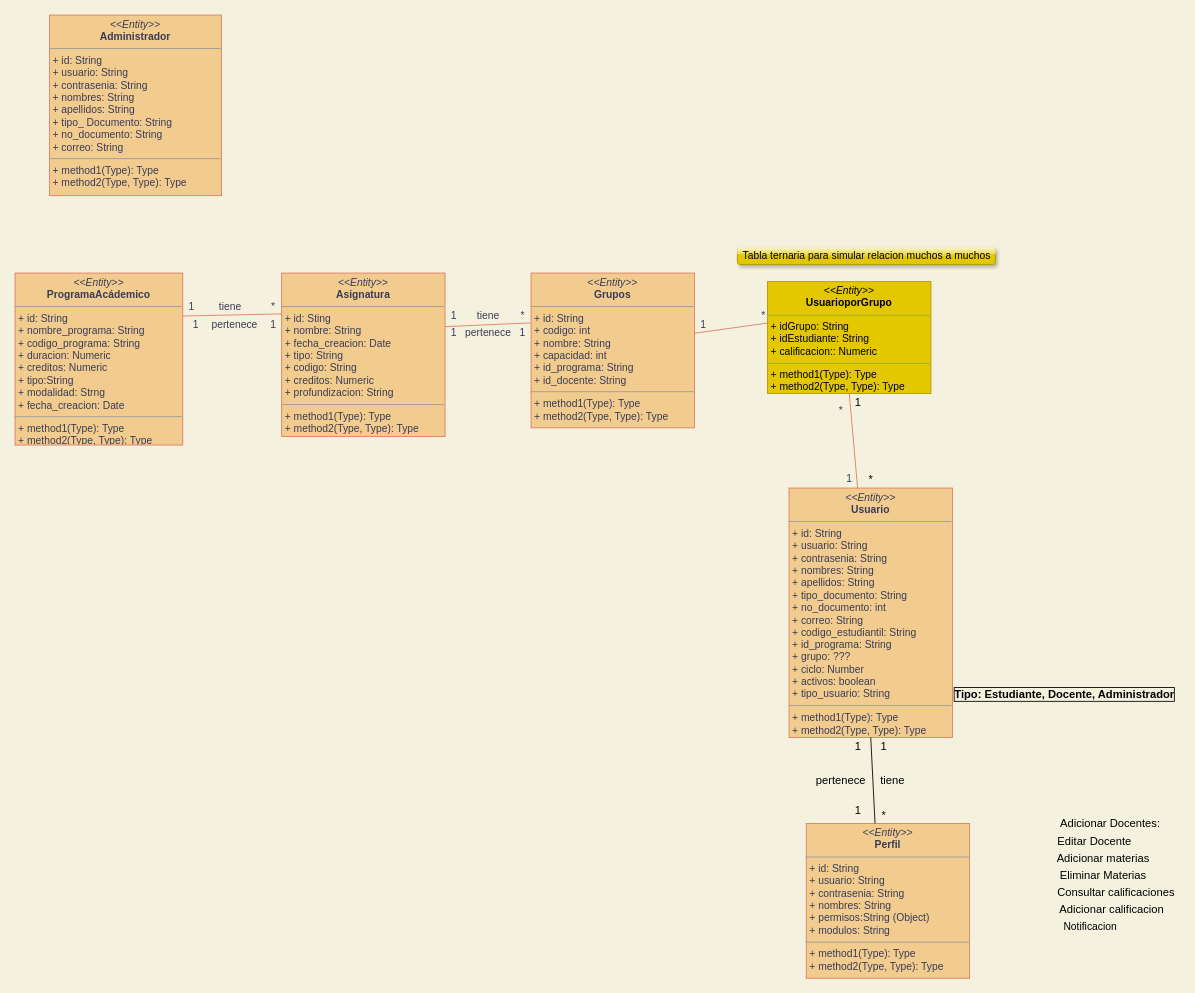
This is Diagramas/Clases mejorado.drawio from williamvargas7/EduFree-Eq2, a draw.io file, before an edit. Source tidied: cells renumbered, new cells numbered last; positions are measured from the earlier drawing's top-left corner, leaving out a move shared by most shapes. Both pictures are drawn from the tidied source at 86%, with x=0, y=0 at pixel (15, 15).
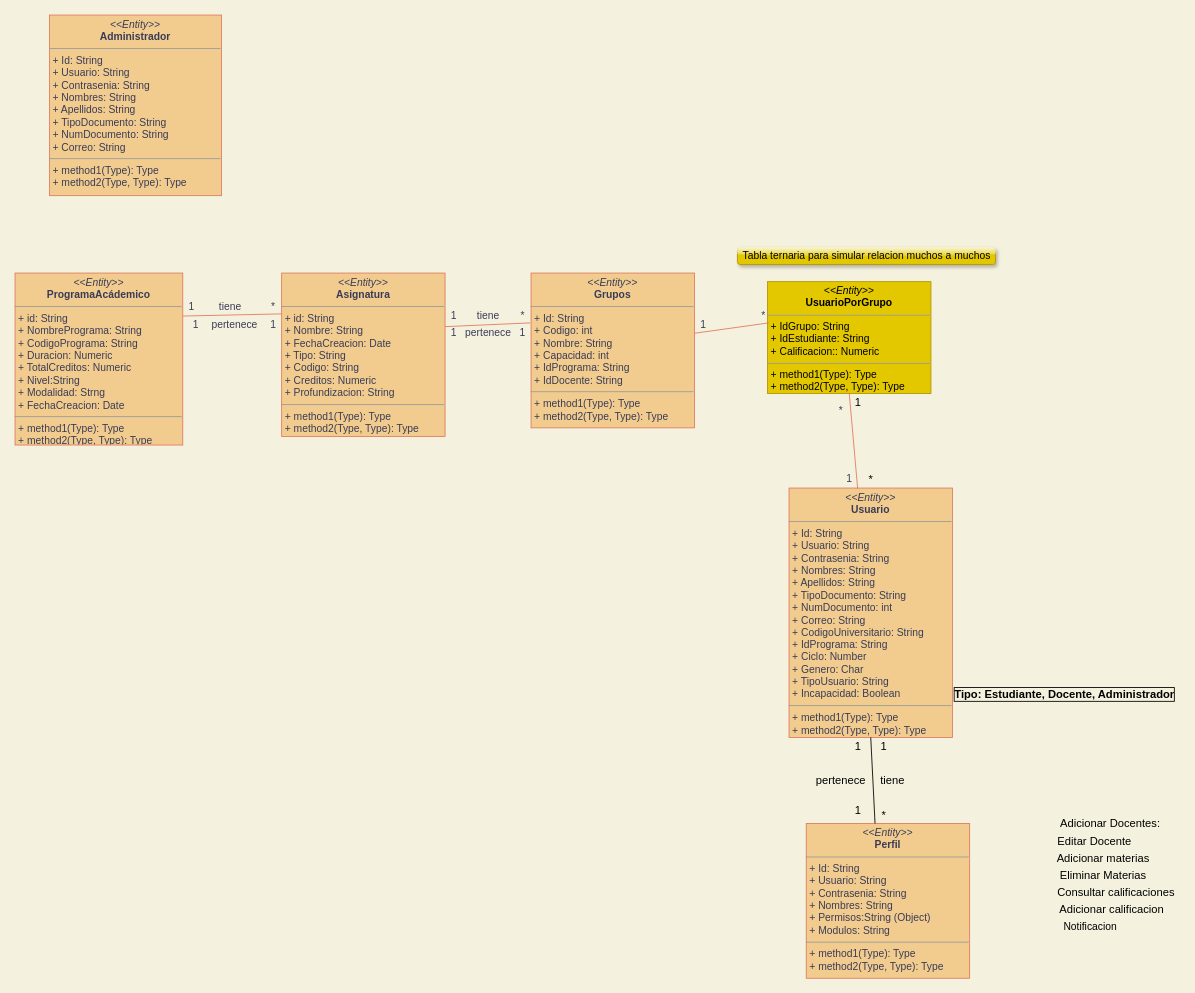
After the change.

Commit message:
Cambios hechos por Javier

What changed in the source:
```diff
@@
-    <mxCell id="2" value="&lt;p style=&quot;margin: 0px ; margin-top: 4px ; text-align: center&quot;&gt;&lt;i&gt;&amp;lt;&amp;lt;Entity&amp;gt;&amp;gt;&lt;/i&gt;&lt;br&gt;&lt;b&gt;Administrador&lt;/b&gt;&lt;/p&gt;&lt;hr size=&quot;1&quot;&gt;&lt;p style=&quot;margin: 0px ; margin-left: 4px&quot;&gt;+ id: String&lt;br&gt;+ usuario: String&lt;/p&gt;&lt;p style=&quot;margin: 0px ; margin-left: 4px&quot;&gt;+ contrasenia: String&lt;/p&gt;&lt;p style=&quot;margin: 0px ; margin-left: 4px&quot;&gt;+ nombres: String&lt;/p&gt;&lt;p style=&quot;margin: 0px ; margin-left: 4px&quot;&gt;+ apellidos: String&lt;/p&gt;&lt;p style=&quot;margin: 0px ; margin-left: 4px&quot;&gt;+ tipo_ Documento: String&lt;/p&gt;&lt;p style=&quot;margin: 0px ; margin-left: 4px&quot;&gt;+ no_documento: String&lt;/p&gt;&lt;p style=&quot;margin: 0px ; margin-left: 4px&quot;&gt;+ correo: String&lt;/p&gt;&lt;hr size=&quot;1&quot;&gt;&lt;p style=&quot;margin: 0px ; margin-left: 4px&quot;&gt;+ method1(Type): Type&lt;br&gt;+ method2(Type, Type): Type&lt;/p&gt;" style="verticalAlign=top;align=left;overflow=fill;fontSize=12;fontFamily=Helvetica;html=1;fillColor=#F2CC8F;strokeColor=#E07A5F;fontColor=#393C56;" parent="1" vertex="1">
+    <mxCell id="2" value="&lt;p style=&quot;margin: 0px ; margin-top: 4px ; text-align: center&quot;&gt;&lt;i&gt;&amp;lt;&amp;lt;Entity&amp;gt;&amp;gt;&lt;/i&gt;&lt;br&gt;&lt;b&gt;Administrador&lt;/b&gt;&lt;/p&gt;&lt;hr size=&quot;1&quot;&gt;&lt;p style=&quot;margin: 0px ; margin-left: 4px&quot;&gt;+ Id: String&lt;br&gt;+ Usuario: String&lt;/p&gt;&lt;p style=&quot;margin: 0px ; margin-left: 4px&quot;&gt;+ Contrasenia: String&lt;/p&gt;&lt;p style=&quot;margin: 0px ; margin-left: 4px&quot;&gt;+ Nombres: String&lt;/p&gt;&lt;p style=&quot;margin: 0px ; margin-left: 4px&quot;&gt;+ Apellidos: String&lt;/p&gt;&lt;p style=&quot;margin: 0px ; margin-left: 4px&quot;&gt;+ TipoDocumento: String&lt;/p&gt;&lt;p style=&quot;margin: 0px ; margin-left: 4px&quot;&gt;+ NumDocumento: String&lt;/p&gt;&lt;p style=&quot;margin: 0px ; margin-left: 4px&quot;&gt;+ Correo: String&lt;/p&gt;&lt;hr size=&quot;1&quot;&gt;&lt;p style=&quot;margin: 0px ; margin-left: 4px&quot;&gt;+ method1(Type): Type&lt;br&gt;+ method2(Type, Type): Type&lt;/p&gt;" style="verticalAlign=top;align=left;overflow=fill;fontSize=12;fontFamily=Helvetica;html=1;fillColor=#F2CC8F;strokeColor=#E07A5F;fontColor=#393C56;" parent="1" vertex="1">
       <mxGeometry x="40" width="200" height="210" as="geometry" />
     </mxCell>
-    <mxCell id="3" value="&lt;p style=&quot;margin: 0px ; margin-top: 4px ; text-align: center&quot;&gt;&lt;i&gt;&amp;lt;&amp;lt;Entity&amp;gt;&amp;gt;&lt;/i&gt;&lt;br&gt;&lt;b&gt;Perfil&lt;/b&gt;&lt;/p&gt;&lt;hr size=&quot;1&quot;&gt;&lt;p style=&quot;margin: 0px ; margin-left: 4px&quot;&gt;&lt;span style=&quot;text-align: center&quot;&gt;+ id: String&lt;/span&gt;&lt;br style=&quot;text-align: center&quot;&gt;&lt;span style=&quot;text-align: center&quot;&gt;+ usuario: String&lt;/span&gt;&lt;br style=&quot;text-align: center&quot;&gt;&lt;span style=&quot;text-align: center&quot;&gt;+ contrasenia: String&lt;/span&gt;&lt;br style=&quot;text-align: center&quot;&gt;&lt;span style=&quot;text-align: center&quot;&gt;+ nombres: String&lt;/span&gt;&lt;/p&gt;&lt;p style=&quot;margin: 0px ; margin-left: 4px&quot;&gt;&lt;span style=&quot;text-align: center&quot;&gt;+ permisos:String (Object)&lt;/span&gt;&lt;/p&gt;&lt;p style=&quot;margin: 0px ; margin-left: 4px&quot;&gt;&lt;span style=&quot;text-align: center&quot;&gt;+ modulos: String&lt;/span&gt;&lt;/p&gt;&lt;hr size=&quot;1&quot;&gt;&lt;p style=&quot;margin: 0px ; margin-left: 4px&quot;&gt;+ method1(Type): Type&lt;br&gt;+ method2(Type, Type): Type&lt;/p&gt;" style="verticalAlign=top;align=left;overflow=fill;fontSize=12;fontFamily=Helvetica;html=1;fillColor=#F2CC8F;strokeColor=#E07A5F;fontColor=#393C56;" parent="1" vertex="1">
+    <mxCell id="3" value="&lt;p style=&quot;margin: 0px ; margin-top: 4px ; text-align: center&quot;&gt;&lt;i&gt;&amp;lt;&amp;lt;Entity&amp;gt;&amp;gt;&lt;/i&gt;&lt;br&gt;&lt;b&gt;Perfil&lt;/b&gt;&lt;/p&gt;&lt;hr size=&quot;1&quot;&gt;&lt;p style=&quot;margin: 0px ; margin-left: 4px&quot;&gt;&lt;span style=&quot;text-align: center&quot;&gt;+ Id: String&lt;/span&gt;&lt;br style=&quot;text-align: center&quot;&gt;&lt;span style=&quot;text-align: center&quot;&gt;+ Usuario: String&lt;/span&gt;&lt;br style=&quot;text-align: center&quot;&gt;&lt;span style=&quot;text-align: center&quot;&gt;+ Contrasenia: String&lt;/span&gt;&lt;br style=&quot;text-align: center&quot;&gt;&lt;span style=&quot;text-align: center&quot;&gt;+ Nombres: String&lt;/span&gt;&lt;/p&gt;&lt;p style=&quot;margin: 0px ; margin-left: 4px&quot;&gt;&lt;span style=&quot;text-align: center&quot;&gt;+ Permisos:String (Object)&lt;/span&gt;&lt;/p&gt;&lt;p style=&quot;margin: 0px ; margin-left: 4px&quot;&gt;&lt;span style=&quot;text-align: center&quot;&gt;+ Modulos: String&lt;/span&gt;&lt;/p&gt;&lt;hr size=&quot;1&quot;&gt;&lt;p style=&quot;margin: 0px ; margin-left: 4px&quot;&gt;+ method1(Type): Type&lt;br&gt;+ method2(Type, Type): Type&lt;/p&gt;" style="verticalAlign=top;align=left;overflow=fill;fontSize=12;fontFamily=Helvetica;html=1;fillColor=#F2CC8F;strokeColor=#E07A5F;fontColor=#393C56;" parent="1" vertex="1">
       <mxGeometry x="920" y="940" width="190" height="180" as="geometry" />
     </mxCell>
-    <mxCell id="4" value="&lt;p style=&quot;margin: 0px ; margin-top: 4px ; text-align: center&quot;&gt;&lt;i&gt;&amp;lt;&amp;lt;Entity&amp;gt;&amp;gt;&lt;/i&gt;&lt;br&gt;&lt;b&gt;Usuario&lt;/b&gt;&lt;/p&gt;&lt;hr size=&quot;1&quot;&gt;&lt;p style=&quot;margin: 0px ; margin-left: 4px&quot;&gt;&lt;span style=&quot;text-align: center&quot;&gt;+ id: String&lt;/span&gt;&lt;br style=&quot;text-align: center&quot;&gt;&lt;span style=&quot;text-align: center&quot;&gt;+ usuario: String&lt;/span&gt;&lt;br style=&quot;text-align: center&quot;&gt;&lt;span style=&quot;text-align: center&quot;&gt;+ contrasenia: String&lt;/span&gt;&lt;br style=&quot;text-align: center&quot;&gt;&lt;span style=&quot;text-align: center&quot;&gt;+ nombres: String&lt;/span&gt;&lt;br style=&quot;text-align: center&quot;&gt;&lt;span style=&quot;text-align: center&quot;&gt;+ apellidos: String&lt;/span&gt;&lt;br style=&quot;text-align: center&quot;&gt;&lt;span style=&quot;text-align: center&quot;&gt;+ tipo_documento: String&lt;/span&gt;&lt;br style=&quot;text-align: center&quot;&gt;&lt;span style=&quot;text-align: center&quot;&gt;+ no_documento: int&lt;/span&gt;&lt;br style=&quot;text-align: center&quot;&gt;&lt;span style=&quot;text-align: center&quot;&gt;+ correo: String&lt;/span&gt;&lt;br style=&quot;text-align: center&quot;&gt;&lt;span style=&quot;text-align: center&quot;&gt;+ codigo_estudiantil: String&lt;/span&gt;&lt;br style=&quot;text-align: center&quot;&gt;&lt;span style=&quot;text-align: center&quot;&gt;+ id_programa: String&lt;/span&gt;&lt;br style=&quot;text-align: center&quot;&gt;&lt;span style=&quot;text-align: center&quot;&gt;+ grupo: ???&lt;/span&gt;&lt;br style=&quot;text-align: center&quot;&gt;&lt;span style=&quot;text-align: center&quot;&gt;+ ciclo: Number&lt;/span&gt;&lt;br style=&quot;text-align: center&quot;&gt;&lt;span style=&quot;text-align: center&quot;&gt;+ activos: boolean&lt;/span&gt;&lt;br&gt;&lt;/p&gt;&lt;p style=&quot;margin: 0px ; margin-left: 4px&quot;&gt;&lt;span style=&quot;text-align: center&quot;&gt;+ tipo_usuario: String&lt;/span&gt;&lt;/p&gt;&lt;hr size=&quot;1&quot;&gt;&lt;p style=&quot;margin: 0px ; margin-left: 4px&quot;&gt;+ method1(Type): Type&lt;br&gt;+ method2(Type, Type): Type&lt;/p&gt;" style="verticalAlign=top;align=left;overflow=fill;fontSize=12;fontFamily=Helvetica;html=1;fillColor=#F2CC8F;strokeColor=#E07A5F;fontColor=#393C56;" parent="1" vertex="1">
+    <mxCell id="4" value="&lt;p style=&quot;margin: 0px ; margin-top: 4px ; text-align: center&quot;&gt;&lt;i&gt;&amp;lt;&amp;lt;Entity&amp;gt;&amp;gt;&lt;/i&gt;&lt;br&gt;&lt;b&gt;Usuario&lt;/b&gt;&lt;/p&gt;&lt;hr size=&quot;1&quot;&gt;&lt;p style=&quot;margin: 0px ; margin-left: 4px&quot;&gt;&lt;span style=&quot;text-align: center&quot;&gt;+ Id: String&lt;/span&gt;&lt;br style=&quot;text-align: center&quot;&gt;&lt;span style=&quot;text-align: center&quot;&gt;+ Usuario: String&lt;/span&gt;&lt;br style=&quot;text-align: center&quot;&gt;&lt;span style=&quot;text-align: center&quot;&gt;+ Contrasenia: String&lt;/span&gt;&lt;br style=&quot;text-align: center&quot;&gt;&lt;span style=&quot;text-align: center&quot;&gt;+ Nombres: String&lt;/span&gt;&lt;br style=&quot;text-align: center&quot;&gt;&lt;span style=&quot;text-align: center&quot;&gt;+ Apellidos: String&lt;/span&gt;&lt;br style=&quot;text-align: center&quot;&gt;&lt;span style=&quot;text-align: center&quot;&gt;+ TipoDocumento: String&lt;/span&gt;&lt;br style=&quot;text-align: center&quot;&gt;&lt;span style=&quot;text-align: center&quot;&gt;+ NumDocumento: int&lt;/span&gt;&lt;br style=&quot;text-align: center&quot;&gt;&lt;span style=&quot;text-align: center&quot;&gt;+ Correo: String&lt;/span&gt;&lt;br style=&quot;text-align: center&quot;&gt;&lt;span style=&quot;text-align: center&quot;&gt;+ CodigoUniversitario: String&lt;/span&gt;&lt;br style=&quot;text-align: center&quot;&gt;&lt;span style=&quot;text-align: center&quot;&gt;+ IdPrograma: String&lt;/span&gt;&lt;br style=&quot;text-align: center&quot;&gt;&lt;span style=&quot;text-align: center&quot;&gt;+ Ciclo: Number&lt;/span&gt;&lt;br style=&quot;text-align: center&quot;&gt;&lt;span style=&quot;text-align: center&quot;&gt;+ Genero: Char&lt;/span&gt;&lt;br&gt;&lt;/p&gt;&lt;p style=&quot;margin: 0px ; margin-left: 4px&quot;&gt;&lt;span style=&quot;text-align: center&quot;&gt;+ TipoUsuario: String&lt;/span&gt;&lt;/p&gt;&lt;p style=&quot;margin: 0px ; margin-left: 4px&quot;&gt;&lt;span style=&quot;text-align: center&quot;&gt;+ Incapacidad: Boolean&lt;/span&gt;&lt;/p&gt;&lt;hr size=&quot;1&quot;&gt;&lt;p style=&quot;margin: 0px ; margin-left: 4px&quot;&gt;+ method1(Type): Type&lt;br&gt;+ method2(Type, Type): Type&lt;/p&gt;" style="verticalAlign=top;align=left;overflow=fill;fontSize=12;fontFamily=Helvetica;html=1;fillColor=#F2CC8F;strokeColor=#E07A5F;fontColor=#393C56;" parent="1" vertex="1">
       <mxGeometry x="900" y="550" width="190" height="290" as="geometry" />
     </mxCell>
-    <mxCell id="5" value="&lt;p style=&quot;margin: 0px ; margin-top: 4px ; text-align: center&quot;&gt;&lt;i&gt;&amp;lt;&amp;lt;Entity&amp;gt;&amp;gt;&lt;/i&gt;&lt;br&gt;&lt;b&gt;ProgramaAcádemico&lt;/b&gt;&lt;/p&gt;&lt;hr size=&quot;1&quot;&gt;&lt;p style=&quot;margin: 0px ; margin-left: 4px&quot;&gt;&lt;span style=&quot;text-align: center&quot;&gt;+ id: String&lt;/span&gt;&lt;br style=&quot;text-align: center&quot;&gt;&lt;span style=&quot;text-align: center&quot;&gt;+&amp;nbsp;&lt;/span&gt;&lt;span style=&quot;text-align: center&quot;&gt;nombre_programa: String&lt;/span&gt;&lt;br style=&quot;text-align: center&quot;&gt;&lt;span style=&quot;text-align: center&quot;&gt;+&amp;nbsp;&lt;/span&gt;&lt;span style=&quot;text-align: center&quot;&gt;codigo_programa: String&lt;/span&gt;&lt;br&gt;&lt;/p&gt;&lt;p style=&quot;margin: 0px ; margin-left: 4px&quot;&gt;&lt;span style=&quot;text-align: center&quot;&gt;+ duracion: Numeric&lt;/span&gt;&lt;/p&gt;&lt;p style=&quot;margin: 0px ; margin-left: 4px&quot;&gt;&lt;span style=&quot;text-align: center&quot;&gt;+ creditos: Numeric&lt;/span&gt;&lt;/p&gt;&lt;p style=&quot;margin: 0px ; margin-left: 4px&quot;&gt;&lt;span style=&quot;text-align: center&quot;&gt;+ tipo:String&lt;/span&gt;&lt;/p&gt;&lt;p style=&quot;margin: 0px ; margin-left: 4px&quot;&gt;&lt;span style=&quot;text-align: center&quot;&gt;+ modalidad: Strng&lt;/span&gt;&lt;/p&gt;&lt;p style=&quot;margin: 0px ; margin-left: 4px&quot;&gt;&lt;span style=&quot;text-align: center&quot;&gt;+ fecha_creacion: Date&lt;/span&gt;&lt;/p&gt;&lt;hr size=&quot;1&quot;&gt;&lt;p style=&quot;margin: 0px ; margin-left: 4px&quot;&gt;+ method1(Type): Type&lt;br&gt;+ method2(Type, Type): Type&lt;/p&gt;" style="verticalAlign=top;align=left;overflow=fill;fontSize=12;fontFamily=Helvetica;html=1;fillColor=#F2CC8F;strokeColor=#E07A5F;fontColor=#393C56;" parent="1" vertex="1">
+    <mxCell id="5" value="&lt;p style=&quot;margin: 0px ; margin-top: 4px ; text-align: center&quot;&gt;&lt;i&gt;&amp;lt;&amp;lt;Entity&amp;gt;&amp;gt;&lt;/i&gt;&lt;br&gt;&lt;b&gt;ProgramaAcádemico&lt;/b&gt;&lt;/p&gt;&lt;hr size=&quot;1&quot;&gt;&lt;p style=&quot;margin: 0px ; margin-left: 4px&quot;&gt;&lt;span style=&quot;text-align: center&quot;&gt;+ id: String&lt;/span&gt;&lt;br style=&quot;text-align: center&quot;&gt;&lt;span style=&quot;text-align: center&quot;&gt;+ N&lt;/span&gt;&lt;span style=&quot;text-align: center&quot;&gt;ombrePrograma: String&lt;/span&gt;&lt;br style=&quot;text-align: center&quot;&gt;&lt;span style=&quot;text-align: center&quot;&gt;+ C&lt;/span&gt;&lt;span style=&quot;text-align: center&quot;&gt;odigoPrograma: String&lt;/span&gt;&lt;br&gt;&lt;/p&gt;&lt;p style=&quot;margin: 0px ; margin-left: 4px&quot;&gt;&lt;span style=&quot;text-align: center&quot;&gt;+ Duracion: Numeric&lt;/span&gt;&lt;/p&gt;&lt;p style=&quot;margin: 0px ; margin-left: 4px&quot;&gt;&lt;span style=&quot;text-align: center&quot;&gt;+ TotalCreditos: Numeric&lt;/span&gt;&lt;/p&gt;&lt;p style=&quot;margin: 0px ; margin-left: 4px&quot;&gt;&lt;span style=&quot;text-align: center&quot;&gt;+ Nivel:String&lt;/span&gt;&lt;/p&gt;&lt;p style=&quot;margin: 0px ; margin-left: 4px&quot;&gt;&lt;span style=&quot;text-align: center&quot;&gt;+ Modalidad: Strng&lt;/span&gt;&lt;/p&gt;&lt;p style=&quot;margin: 0px ; margin-left: 4px&quot;&gt;&lt;span style=&quot;text-align: center&quot;&gt;+ FechaCreacion: Date&lt;/span&gt;&lt;/p&gt;&lt;hr size=&quot;1&quot;&gt;&lt;p style=&quot;margin: 0px ; margin-left: 4px&quot;&gt;+ method1(Type): Type&lt;br&gt;+ method2(Type, Type): Type&lt;/p&gt;" style="verticalAlign=top;align=left;overflow=fill;fontSize=12;fontFamily=Helvetica;html=1;fillColor=#F2CC8F;strokeColor=#E07A5F;fontColor=#393C56;" parent="1" vertex="1">
       <mxGeometry y="300" width="195" height="200" as="geometry" />
     </mxCell>
-    <mxCell id="6" value="&lt;p style=&quot;margin: 0px ; margin-top: 4px ; text-align: center&quot;&gt;&lt;i&gt;&amp;lt;&amp;lt;&lt;/i&gt;&lt;i&gt;Entity&lt;/i&gt;&lt;i&gt;&amp;gt;&amp;gt;&lt;/i&gt;&lt;br&gt;&lt;b&gt;Grupos&lt;/b&gt;&lt;/p&gt;&lt;hr size=&quot;1&quot;&gt;&lt;p style=&quot;margin: 0px ; margin-left: 4px&quot;&gt;&lt;span style=&quot;text-align: center&quot;&gt;+ id: String&lt;/span&gt;&lt;br style=&quot;text-align: center&quot;&gt;&lt;span style=&quot;text-align: center&quot;&gt;+ codigo: int&lt;/span&gt;&lt;br style=&quot;text-align: center&quot;&gt;&lt;span style=&quot;text-align: center&quot;&gt;+ nombre: String&lt;/span&gt;&lt;br style=&quot;text-align: center&quot;&gt;&lt;span style=&quot;text-align: center&quot;&gt;+ capacidad: int&lt;/span&gt;&lt;br style=&quot;text-align: center&quot;&gt;&lt;span style=&quot;text-align: center&quot;&gt;+ id_programa: String&lt;/span&gt;&lt;br style=&quot;text-align: center&quot;&gt;&lt;span style=&quot;text-align: center&quot;&gt;+ id_docente: String&lt;/span&gt;&lt;br&gt;&lt;/p&gt;&lt;hr size=&quot;1&quot;&gt;&lt;p style=&quot;margin: 0px ; margin-left: 4px&quot;&gt;+ method1(Type): Type&lt;br&gt;+ method2(Type, Type): Type&lt;/p&gt;" style="verticalAlign=top;align=left;overflow=fill;fontSize=12;fontFamily=Helvetica;html=1;fillColor=#F2CC8F;strokeColor=#E07A5F;fontColor=#393C56;" parent="1" vertex="1">
+    <mxCell id="6" value="&lt;p style=&quot;margin: 0px ; margin-top: 4px ; text-align: center&quot;&gt;&lt;i&gt;&amp;lt;&amp;lt;&lt;/i&gt;&lt;i&gt;Entity&lt;/i&gt;&lt;i&gt;&amp;gt;&amp;gt;&lt;/i&gt;&lt;br&gt;&lt;b&gt;Grupos&lt;/b&gt;&lt;/p&gt;&lt;hr size=&quot;1&quot;&gt;&lt;p style=&quot;margin: 0px ; margin-left: 4px&quot;&gt;&lt;span style=&quot;text-align: center&quot;&gt;+ Id: String&lt;/span&gt;&lt;br style=&quot;text-align: center&quot;&gt;&lt;span style=&quot;text-align: center&quot;&gt;+ Codigo: int&lt;/span&gt;&lt;br style=&quot;text-align: center&quot;&gt;&lt;span style=&quot;text-align: center&quot;&gt;+ Nombre: String&lt;/span&gt;&lt;br style=&quot;text-align: center&quot;&gt;&lt;span style=&quot;text-align: center&quot;&gt;+ Capacidad: int&lt;/span&gt;&lt;br style=&quot;text-align: center&quot;&gt;&lt;span style=&quot;text-align: center&quot;&gt;+ IdPrograma: String&lt;/span&gt;&lt;br style=&quot;text-align: center&quot;&gt;&lt;span style=&quot;text-align: center&quot;&gt;+ IdDocente: String&lt;/span&gt;&lt;br&gt;&lt;/p&gt;&lt;hr size=&quot;1&quot;&gt;&lt;p style=&quot;margin: 0px ; margin-left: 4px&quot;&gt;+ method1(Type): Type&lt;br&gt;+ method2(Type, Type): Type&lt;/p&gt;" style="verticalAlign=top;align=left;overflow=fill;fontSize=12;fontFamily=Helvetica;html=1;fillColor=#F2CC8F;strokeColor=#E07A5F;fontColor=#393C56;" parent="1" vertex="1">
       <mxGeometry x="600" y="300" width="190" height="180" as="geometry" />
     </mxCell>
-    <mxCell id="7" value="&lt;p style=&quot;margin: 0px ; margin-top: 4px ; text-align: center&quot;&gt;&lt;i&gt;&amp;lt;&amp;lt;Entity&amp;gt;&amp;gt;&lt;/i&gt;&lt;br&gt;&lt;b&gt;Asignatura&lt;/b&gt;&lt;/p&gt;&lt;hr size=&quot;1&quot;&gt;&lt;p style=&quot;margin: 0px ; margin-left: 4px&quot;&gt;+ id: Sting&lt;br&gt;+ nombre: String&lt;/p&gt;&lt;p style=&quot;margin: 0px ; margin-left: 4px&quot;&gt;+ fecha_creacion: Date&lt;/p&gt;&lt;p style=&quot;margin: 0px ; margin-left: 4px&quot;&gt;+ tipo: String&lt;/p&gt;&lt;p style=&quot;margin: 0px ; margin-left: 4px&quot;&gt;+ codigo: String&lt;/p&gt;&lt;p style=&quot;margin: 0px ; margin-left: 4px&quot;&gt;+ creditos: Numeric&lt;/p&gt;&lt;p style=&quot;margin: 0px ; margin-left: 4px&quot;&gt;+ profundizacion: String&lt;br&gt;&lt;/p&gt;&lt;hr size=&quot;1&quot;&gt;&lt;p style=&quot;margin: 0px ; margin-left: 4px&quot;&gt;+ method1(Type): Type&lt;br&gt;+ method2(Type, Type): Type&lt;/p&gt;" style="verticalAlign=top;align=left;overflow=fill;fontSize=12;fontFamily=Helvetica;html=1;fillColor=#F2CC8F;strokeColor=#E07A5F;fontColor=#393C56;" parent="1" vertex="1">
+    <mxCell id="7" value="&lt;p style=&quot;margin: 0px ; margin-top: 4px ; text-align: center&quot;&gt;&lt;i&gt;&amp;lt;&amp;lt;Entity&amp;gt;&amp;gt;&lt;/i&gt;&lt;br&gt;&lt;b&gt;Asignatura&lt;/b&gt;&lt;/p&gt;&lt;hr size=&quot;1&quot;&gt;&lt;p style=&quot;margin: 0px ; margin-left: 4px&quot;&gt;+ id: String&lt;br&gt;+ Nombre: String&lt;/p&gt;&lt;p style=&quot;margin: 0px ; margin-left: 4px&quot;&gt;+ FechaCreacion: Date&lt;/p&gt;&lt;p style=&quot;margin: 0px ; margin-left: 4px&quot;&gt;+ Tipo: String&lt;/p&gt;&lt;p style=&quot;margin: 0px ; margin-left: 4px&quot;&gt;+ Codigo: String&lt;/p&gt;&lt;p style=&quot;margin: 0px ; margin-left: 4px&quot;&gt;+ Creditos: Numeric&lt;/p&gt;&lt;p style=&quot;margin: 0px ; margin-left: 4px&quot;&gt;+ Profundizacion: String&lt;br&gt;&lt;/p&gt;&lt;hr size=&quot;1&quot;&gt;&lt;p style=&quot;margin: 0px ; margin-left: 4px&quot;&gt;+ method1(Type): Type&lt;br&gt;+ method2(Type, Type): Type&lt;/p&gt;" style="verticalAlign=top;align=left;overflow=fill;fontSize=12;fontFamily=Helvetica;html=1;fillColor=#F2CC8F;strokeColor=#E07A5F;fontColor=#393C56;" parent="1" vertex="1">
       <mxGeometry x="310" y="300" width="190" height="190" as="geometry" />
     </mxCell>
@@
-    <mxCell id="22" value="&lt;p style=&quot;margin: 0px ; margin-top: 4px ; text-align: center&quot;&gt;&lt;i&gt;&amp;lt;&amp;lt;Entity&amp;gt;&amp;gt;&lt;/i&gt;&lt;br&gt;&lt;b&gt;UsuarioporGrupo&lt;/b&gt;&lt;/p&gt;&lt;hr size=&quot;1&quot;&gt;&lt;p style=&quot;margin: 0px ; margin-left: 4px&quot;&gt;&lt;span style=&quot;text-align: center&quot;&gt;+ idGrupo: String&lt;/span&gt;&lt;br style=&quot;text-align: center&quot;&gt;&lt;span style=&quot;text-align: center&quot;&gt;+ idEstudiante: String&lt;/span&gt;&lt;br&gt;&lt;/p&gt;&lt;p style=&quot;margin: 0px ; margin-left: 4px&quot;&gt;+ calificacion:: Numeric&lt;span style=&quot;text-align: center&quot;&gt;&lt;br&gt;&lt;/span&gt;&lt;/p&gt;&lt;hr size=&quot;1&quot;&gt;&lt;p style=&quot;margin: 0px ; margin-left: 4px&quot;&gt;+ method1(Type): Type&lt;br&gt;+ method2(Type, Type): Type&lt;/p&gt;&lt;p style=&quot;margin: 0px ; margin-left: 4px&quot;&gt;&lt;br&gt;&lt;/p&gt;" style="verticalAlign=top;align=left;overflow=fill;fontSize=12;fontFamily=Helvetica;html=1;fillColor=#e3c800;strokeColor=#B09500;fontColor=#000000;rounded=0;shadow=0;sketch=0;glass=0;" parent="1" vertex="1">
+    <mxCell id="22" value="&lt;p style=&quot;margin: 0px ; margin-top: 4px ; text-align: center&quot;&gt;&lt;i&gt;&amp;lt;&amp;lt;Entity&amp;gt;&amp;gt;&lt;/i&gt;&lt;br&gt;&lt;b&gt;UsuarioPorGrupo&lt;/b&gt;&lt;/p&gt;&lt;hr size=&quot;1&quot;&gt;&lt;p style=&quot;margin: 0px ; margin-left: 4px&quot;&gt;&lt;span style=&quot;text-align: center&quot;&gt;+ IdGrupo: String&lt;/span&gt;&lt;br style=&quot;text-align: center&quot;&gt;&lt;span style=&quot;text-align: center&quot;&gt;+ IdEstudiante: String&lt;/span&gt;&lt;br&gt;&lt;/p&gt;&lt;p style=&quot;margin: 0px ; margin-left: 4px&quot;&gt;+ Calificacion:: Numeric&lt;span style=&quot;text-align: center&quot;&gt;&lt;br&gt;&lt;/span&gt;&lt;/p&gt;&lt;hr size=&quot;1&quot;&gt;&lt;p style=&quot;margin: 0px ; margin-left: 4px&quot;&gt;+ method1(Type): Type&lt;br&gt;+ method2(Type, Type): Type&lt;/p&gt;&lt;p style=&quot;margin: 0px ; margin-left: 4px&quot;&gt;&lt;br&gt;&lt;/p&gt;" style="verticalAlign=top;align=left;overflow=fill;fontSize=12;fontFamily=Helvetica;html=1;fillColor=#e3c800;strokeColor=#B09500;fontColor=#000000;rounded=0;shadow=0;sketch=0;glass=0;" parent="1" vertex="1">
       <mxGeometry x="875" y="310" width="190" height="130" as="geometry" />
     </mxCell>
```
